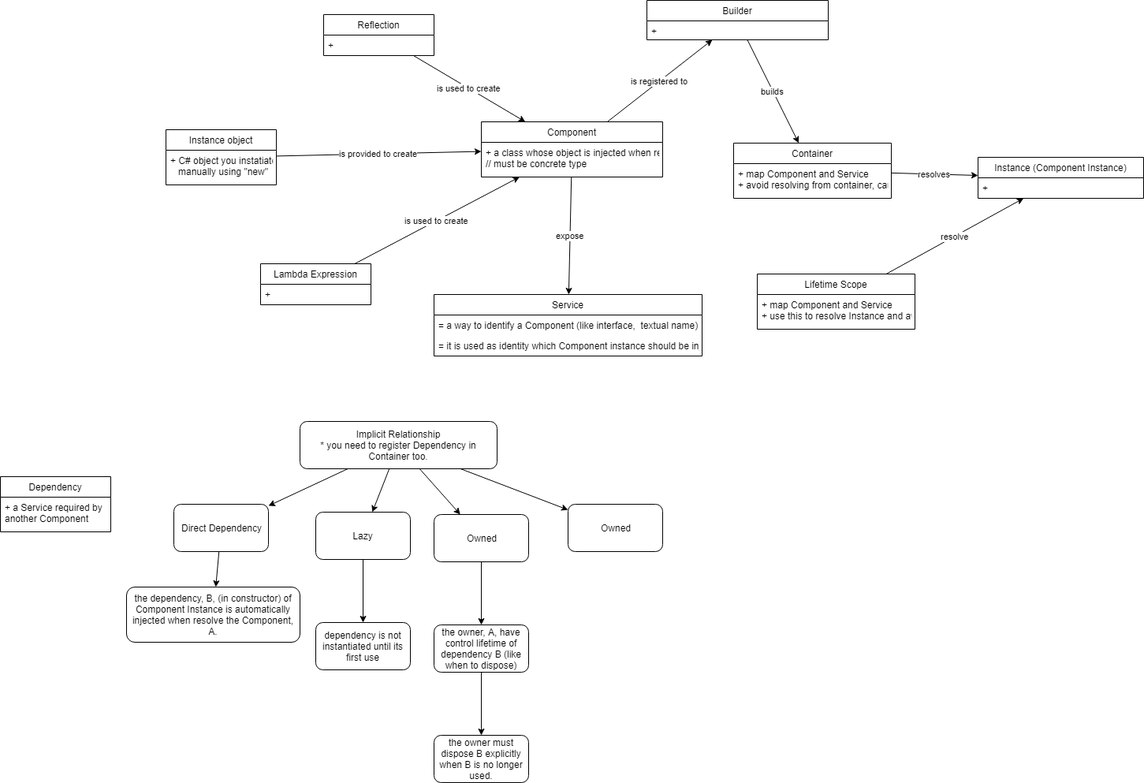
Earlier version of the draw.io export Autofac_DI_concept.PNG (stsiwo/cSharp_concept). Source tidied: cells renumbered, new cells last; positions are measured from the earlier drawing's top-left corner, leaving out a move shared by most shapes.
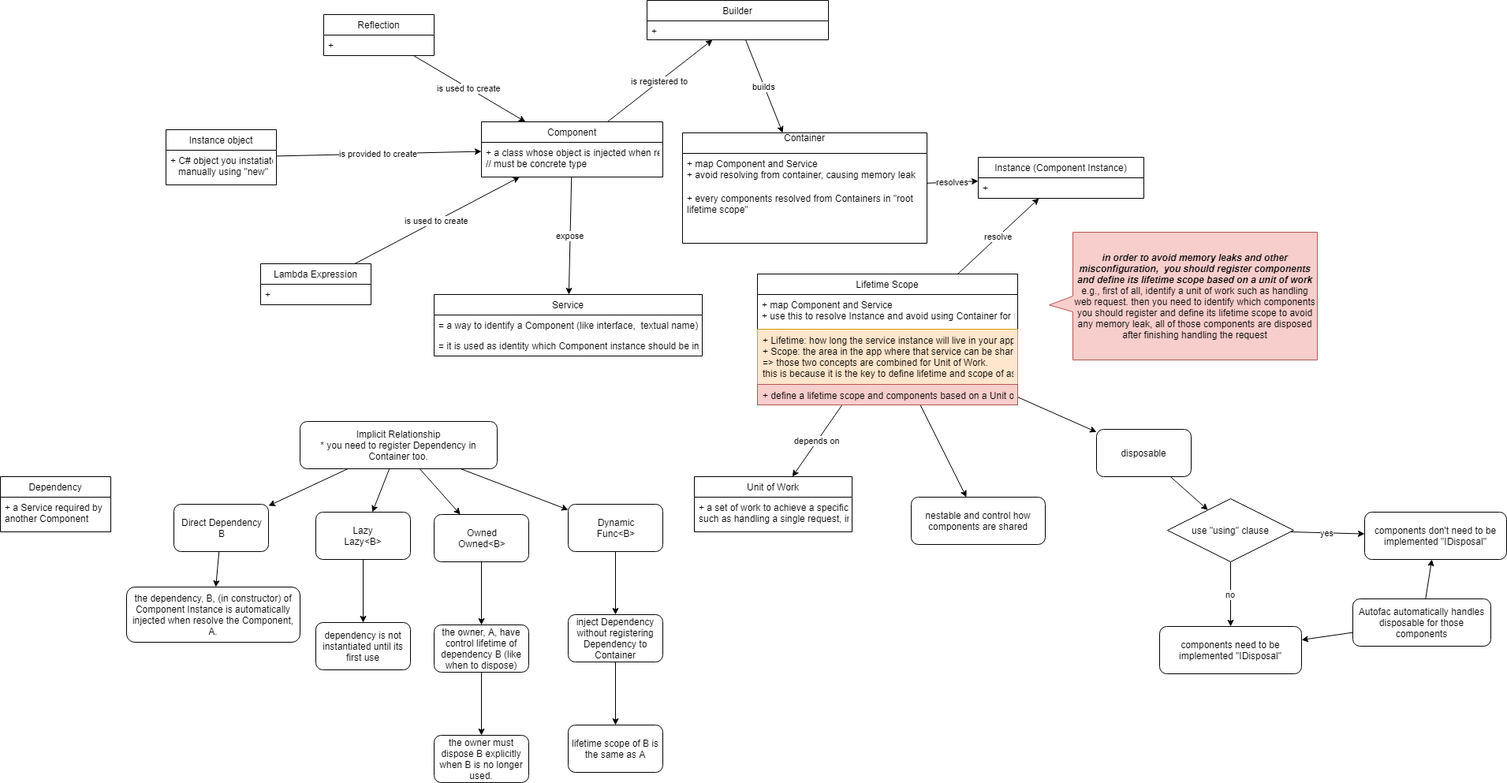
Above is the later version.

The edit, as a diff of the source:
```diff
@@ -26,12 +26,15 @@
     <mxCell id="9" value="resolves" style="edgeStyle=none;rounded=0;jettySize=auto;html=1;" parent="1" edge="1" source="10" target="21">
       <mxGeometry relative="1" as="geometry" />
     </mxCell>
-    <mxCell id="10" value="Container" style="swimlane;fontStyle=0;horizontal=1;startSize=26;fillColor=none;" parent="1" vertex="1">
-      <mxGeometry x="930" y="181" width="200" height="70" as="geometry" />
+    <mxCell id="10" value="Container&#10;" style="swimlane;fontStyle=0;horizontal=1;startSize=26;fillColor=none;" parent="1" vertex="1">
+      <mxGeometry x="865" y="168" width="310" height="140" as="geometry" />
     </mxCell>
     <mxCell id="11" value="+ map Component and Service&#10;+ avoid resolving from container, causing memory leak&#10;" style="text;strokeColor=none;fillColor=none;align=left;verticalAlign=top;spacingLeft=4;spacingRight=4;overflow=hidden;" parent="10" vertex="1">
-      <mxGeometry y="26" width="200" height="44" as="geometry" />
+      <mxGeometry y="26" width="310" height="44" as="geometry" />
     </mxCell>
+    <mxCell id="49" value="+ every components resolved from Containers in &quot;root &#10;lifetime scope&quot;" style="text;strokeColor=none;fillColor=none;align=left;verticalAlign=top;spacingLeft=4;spacingRight=4;overflow=hidden;" parent="10" vertex="1">
+      <mxGeometry y="70" width="310" height="70" as="geometry" />
+    </mxCell>
     <mxCell id="12" value="is used to create" style="rounded=0;jettySize=auto;html=1;" parent="1" edge="1" source="13" target="4">
       <mxGeometry relative="1" as="geometry" />
     </mxCell>
@@ -68,12 +71,27 @@
     <mxCell id="23" value="resolve" style="edgeStyle=none;rounded=0;jettySize=auto;html=1;" parent="1" edge="1" source="24" target="21">
       <mxGeometry relative="1" as="geometry" />
     </mxCell>
+    <mxCell id="50" value="depends on" style="edgeStyle=none;rounded=0;jettySize=auto;html=1;" parent="1" edge="1" source="24" target="59">
+      <mxGeometry relative="1" as="geometry" />
+    </mxCell>
+    <mxCell id="51" style="edgeStyle=none;rounded=0;jettySize=auto;html=1;" parent="1" edge="1" source="24" target="62">
+      <mxGeometry relative="1" as="geometry" />
+    </mxCell>
+    <mxCell id="52" style="edgeStyle=none;rounded=0;jettySize=auto;html=1;" parent="1" edge="1" source="24" target="64">
+      <mxGeometry relative="1" as="geometry" />
+    </mxCell>
-    <mxCell id="24" value="Lifetime Scope" style="swimlane;fontStyle=0;horizontal=1;startSize=26;fillColor=none;" parent="1" vertex="1">
-      <mxGeometry x="960" y="347" width="200" height="70" as="geometry" />
+    <mxCell id="24" value="Lifetime Scope" style="swimlane;fontStyle=0;horizontal=1;startSize=26;" parent="1" vertex="1">
+      <mxGeometry x="960" y="347" width="330" height="166" as="geometry" />
     </mxCell>
     <mxCell id="25" value="+ map Component and Service&#10;+ use this to resolve Instance and avoid using Container for it&#10;" style="text;strokeColor=none;fillColor=none;align=left;verticalAlign=top;spacingLeft=4;spacingRight=4;overflow=hidden;" parent="24" vertex="1">
-      <mxGeometry y="26" width="200" height="44" as="geometry" />
+      <mxGeometry y="26" width="330" height="44" as="geometry" />
     </mxCell>
+    <mxCell id="53" value="+ Lifetime: how long the service instance will live in your app&#10;+ Scope: the area in the app where that service can be shared with other components that consume&#10;=&gt; those two concepts are combined for Unit of Work. &#10;this is because it is the key to define lifetime and scope of associated components &#10;" style="text;strokeColor=#d79b00;fillColor=#ffe6cc;align=left;verticalAlign=top;spacingLeft=4;spacingRight=4;overflow=hidden;" parent="24" vertex="1">
+      <mxGeometry y="70" width="330" height="70" as="geometry" />
+    </mxCell>
+    <mxCell id="54" value="+ define a lifetime scope and components based on a Unit of Work " style="text;strokeColor=#b85450;fillColor=#f8cecc;align=left;verticalAlign=top;spacingLeft=4;spacingRight=4;overflow=hidden;" parent="24" vertex="1">
+      <mxGeometry y="140" width="330" height="26" as="geometry" />
+    </mxCell>
     <mxCell id="26" value="builds" style="edgeStyle=none;rounded=0;jettySize=auto;html=1;" parent="1" edge="1" source="27" target="10">
       <mxGeometry relative="1" as="geometry" />
     </mxCell>
@@ -101,7 +119,7 @@
     <mxCell id="34" style="edgeStyle=none;rounded=0;jettySize=auto;html=1;" parent="1" edge="1" source="35" target="36">
       <mxGeometry relative="1" as="geometry" />
     </mxCell>
-    <mxCell id="35" value="Direct Dependency" style="rounded=1;whiteSpace=wrap;html=1;" parent="1" vertex="1">
+    <mxCell id="35" value="Direct Dependency&lt;br&gt;B&lt;br&gt;" style="rounded=1;whiteSpace=wrap;html=1;" parent="1" vertex="1">
       <mxGeometry x="220" y="639" width="120" height="60" as="geometry" />
     </mxCell>
     <mxCell id="36" value="the dependency, B, (in constructor) of Component Instance is automatically injected when resolve the Component, A." style="rounded=1;whiteSpace=wrap;html=1;" parent="1" vertex="1">
@@ -116,7 +134,7 @@
     <mxCell id="39" style="edgeStyle=none;rounded=0;jettySize=auto;html=1;" parent="1" edge="1" source="40" target="41">
       <mxGeometry relative="1" as="geometry" />
     </mxCell>
-    <mxCell id="40" value="Lazy" style="rounded=1;whiteSpace=wrap;html=1;" parent="1" vertex="1">
+    <mxCell id="40" value="Lazy&lt;br&gt;Lazy&amp;lt;B&amp;gt;&lt;br&gt;" style="rounded=1;whiteSpace=wrap;html=1;" parent="1" vertex="1">
       <mxGeometry x="400" y="649" width="120" height="60" as="geometry" />
     </mxCell>
     <mxCell id="41" value="dependency is not instantiated until its first use" style="rounded=1;whiteSpace=wrap;html=1;" parent="1" vertex="1">
@@ -128,7 +146,7 @@
     <mxCell id="43" style="edgeStyle=none;rounded=0;jettySize=auto;html=1;" parent="1" edge="1" source="44" target="46">
       <mxGeometry relative="1" as="geometry" />
     </mxCell>
-    <mxCell id="44" value="Owned" style="rounded=1;whiteSpace=wrap;html=1;" parent="1" vertex="1">
+    <mxCell id="44" value="Owned&lt;br&gt;Owned&amp;lt;B&amp;gt;&lt;br&gt;" style="rounded=1;whiteSpace=wrap;html=1;" parent="1" vertex="1">
       <mxGeometry x="550" y="652" width="120" height="60" as="geometry" />
     </mxCell>
     <mxCell id="45" style="edgeStyle=none;rounded=0;jettySize=auto;html=1;" parent="1" edge="1" source="46" target="47">
@@ -140,8 +158,62 @@
     <mxCell id="47" value="the owner must dispose B explicitly when B is no longer used." style="rounded=1;whiteSpace=wrap;html=1;" parent="1" vertex="1">
       <mxGeometry x="550" y="932" width="120" height="60" as="geometry" />
     </mxCell>
+    <mxCell id="55" style="edgeStyle=none;rounded=0;jettySize=auto;html=1;" parent="1" edge="1" source="48" target="57">
+      <mxGeometry relative="1" as="geometry" />
+    </mxCell>
-    <mxCell id="48" value="Owned" style="rounded=1;whiteSpace=wrap;html=1;" parent="1" vertex="1">
+    <mxCell id="48" value="Dynamic&lt;br&gt;Func&amp;lt;B&amp;gt;&lt;br&gt;" style="rounded=1;whiteSpace=wrap;html=1;" parent="1" vertex="1">
       <mxGeometry x="720" y="639" width="120" height="60" as="geometry" />
     </mxCell>
+    <mxCell id="56" style="edgeStyle=none;rounded=0;jettySize=auto;html=1;" parent="1" edge="1" source="57" target="58">
+      <mxGeometry relative="1" as="geometry" />
+    </mxCell>
+    <mxCell id="57" value="inject Dependency without registering Dependency to Container" style="rounded=1;whiteSpace=wrap;html=1;" parent="1" vertex="1">
+      <mxGeometry x="720" y="779" width="120" height="60" as="geometry" />
+    </mxCell>
+    <mxCell id="58" value="lifetime scope of B is the same as A" style="rounded=1;whiteSpace=wrap;html=1;" parent="1" vertex="1">
+      <mxGeometry x="720" y="919" width="120" height="60" as="geometry" />
+    </mxCell>
+    <mxCell id="59" value="Unit of Work" style="swimlane;fontStyle=0;horizontal=1;startSize=26;fillColor=none;" parent="1" vertex="1">
+      <mxGeometry x="880" y="604" width="200" height="70" as="geometry" />
+    </mxCell>
+    <mxCell id="60" value="+ a set of work to achieve a specific task &#10;such as handling a single request, incoming message, a batch processing&#10;" style="text;strokeColor=none;fillColor=none;align=left;verticalAlign=top;spacingLeft=4;spacingRight=4;overflow=hidden;" parent="59" vertex="1">
+      <mxGeometry y="26" width="200" height="44" as="geometry" />
+    </mxCell>
+    <mxCell id="61" value="&lt;b&gt;&lt;i&gt;in order to avoid memory leaks and other misconfiguration,&amp;nbsp; you should register components and define its lifetime scope based on a unit of work&lt;/i&gt;&lt;/b&gt;&lt;br&gt;e.g., first of all, identify a unit of work such as handling web request. then you need to identify which components you should register and define its lifetime scope to avoid any memory leak, all of those components are disposed after finishing handling the request&lt;br&gt;" style="shape=callout;whiteSpace=wrap;html=1;perimeter=calloutPerimeter;direction=south;fillColor=#f8cecc;strokeColor=#b85450;position2=0.57;" parent="1" vertex="1">
+      <mxGeometry x="1330" y="294" width="340" height="162" as="geometry" />
+    </mxCell>
+    <mxCell id="62" value="nestable and control how components are shared" style="rounded=1;whiteSpace=wrap;html=1;" parent="1" vertex="1">
+      <mxGeometry x="1155" y="630" width="170" height="60" as="geometry" />
+    </mxCell>
+    <mxCell id="63" style="edgeStyle=none;rounded=0;jettySize=auto;html=1;" parent="1" edge="1" source="64" target="67">
+      <mxGeometry relative="1" as="geometry" />
+    </mxCell>
+    <mxCell id="64" value="disposable" style="rounded=1;whiteSpace=wrap;html=1;" parent="1" vertex="1">
+      <mxGeometry x="1390" y="544" width="120" height="60" as="geometry" />
+    </mxCell>
+    <mxCell id="65" value="yes" style="edgeStyle=none;rounded=0;jettySize=auto;html=1;" parent="1" edge="1" source="67" target="68">
+      <mxGeometry relative="1" as="geometry" />
+    </mxCell>
+    <mxCell id="66" value="no" style="edgeStyle=none;rounded=0;jettySize=auto;html=1;" parent="1" edge="1" source="67" target="69">
+      <mxGeometry relative="1" as="geometry" />
+    </mxCell>
+    <mxCell id="67" value="use &quot;using&quot; clause" style="rhombus;whiteSpace=wrap;html=1;" parent="1" vertex="1">
+      <mxGeometry x="1480" y="632" width="160" height="80" as="geometry" />
+    </mxCell>
+    <mxCell id="68" value="components don't need to be implemented &quot;IDisposal&quot;" style="rounded=1;whiteSpace=wrap;html=1;" parent="1" vertex="1">
+      <mxGeometry x="1730" y="649" width="180" height="60" as="geometry" />
+    </mxCell>
+    <mxCell id="69" value="components need to be implemented &quot;IDisposal&quot;" style="rounded=1;whiteSpace=wrap;html=1;" parent="1" vertex="1">
+      <mxGeometry x="1470" y="794" width="180" height="60" as="geometry" />
+    </mxCell>
+    <mxCell id="70" style="edgeStyle=none;rounded=0;jettySize=auto;html=1;" parent="1" edge="1" source="72" target="69">
+      <mxGeometry relative="1" as="geometry" />
+    </mxCell>
+    <mxCell id="71" style="edgeStyle=none;rounded=0;jettySize=auto;html=1;" parent="1" edge="1" source="72" target="68">
+      <mxGeometry relative="1" as="geometry" />
+    </mxCell>
+    <mxCell id="72" value="Autofac automatically handles disposable for those components" style="rounded=1;whiteSpace=wrap;html=1;" parent="1" vertex="1">
+      <mxGeometry x="1715" y="759" width="175" height="60" as="geometry" />
+    </mxCell>
   </root>
 </mxGraphModel>
```
